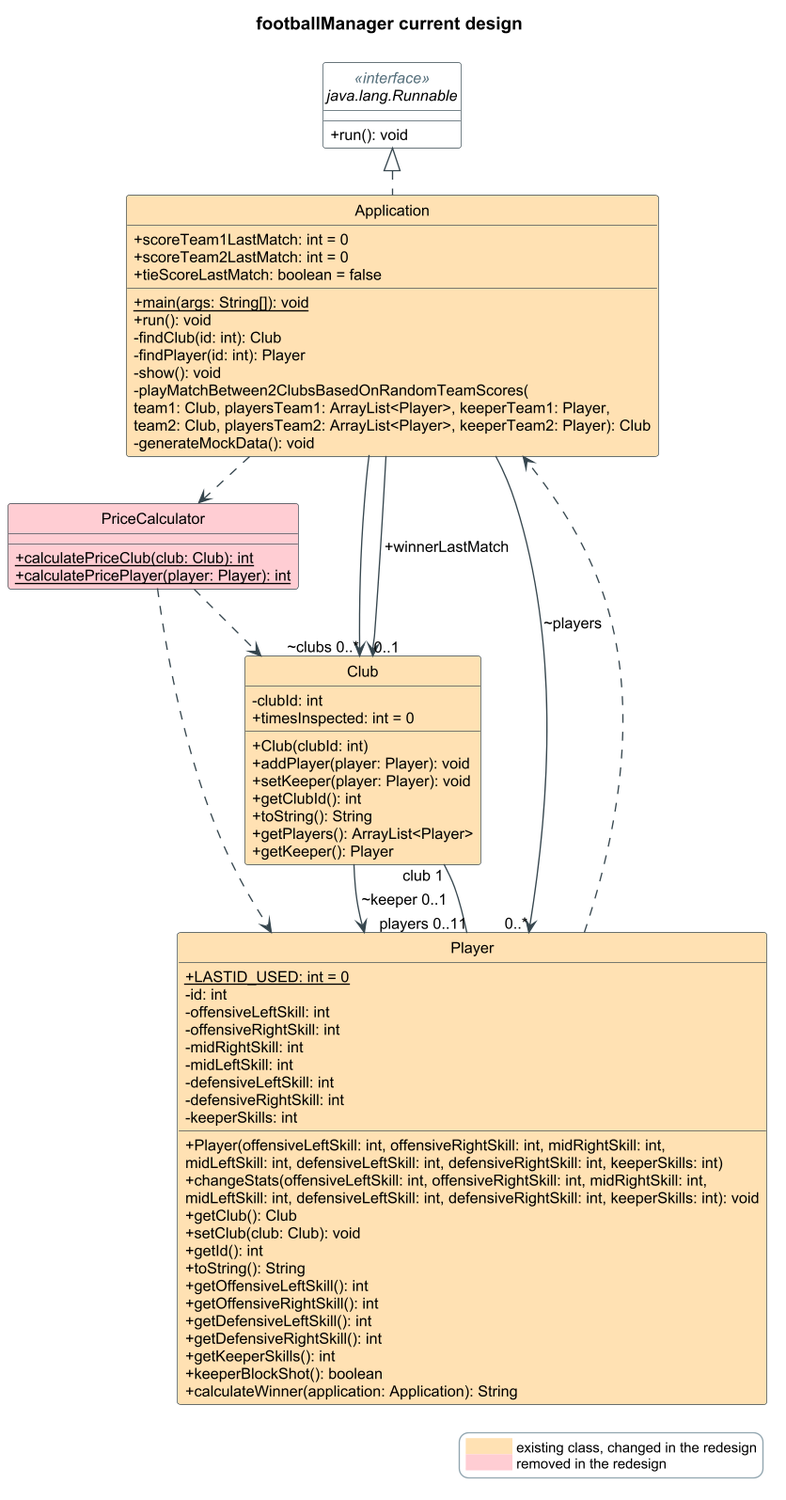
This is week6/assignment3/diagrams/footballManager-current.png from RokasPazera/system-design, a PlantUML export, as it was before one commit.
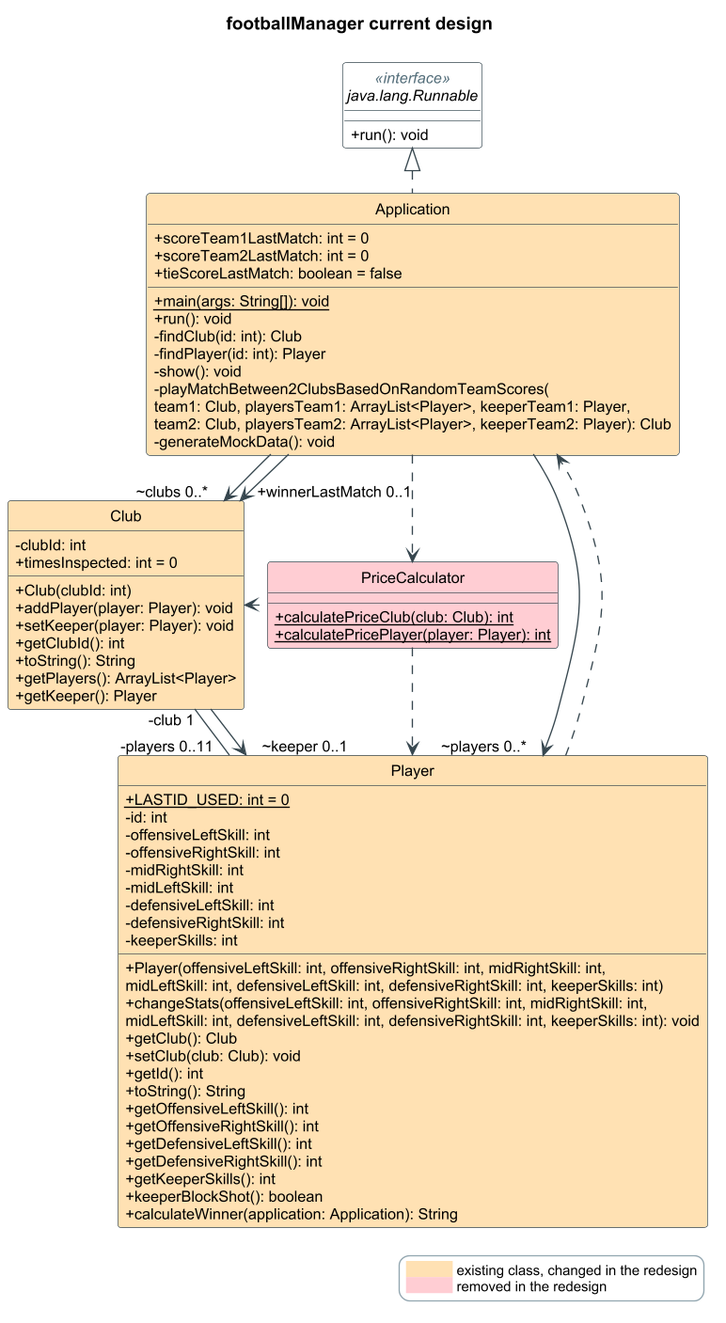
The same diagram one commit later.

Diff of the diagram source:
```diff
@@ -88,14 +88,14 @@
 }
 
 Runnable <|.. Application
-Application --> "~clubs 0..*" Club
+Application --> "~clubs 0..*&#8195;" Club
+Application --> "&#8195;+winnerLastMatch 0..1" Club
 Application ..> PriceCalculator
-PriceCalculator ..> Club
+PriceCalculator .left.> Club
 PriceCalculator ..> Player
-Application --> "0..1" Club : +winnerLastMatch
-Club "club 1" -- "players 0..11" Player
-Club --> Player : ~keeper 0..1
-Application --> "0..*" Player : ~players
+Club "-club 1" -- "-players 0..11&#8195;" Player
+Club --> "&#8195;~keeper 0..1" Player
+Application --> "~players 0..*&#8195;" Player
 Player ..> Application
 
 legend right
```
